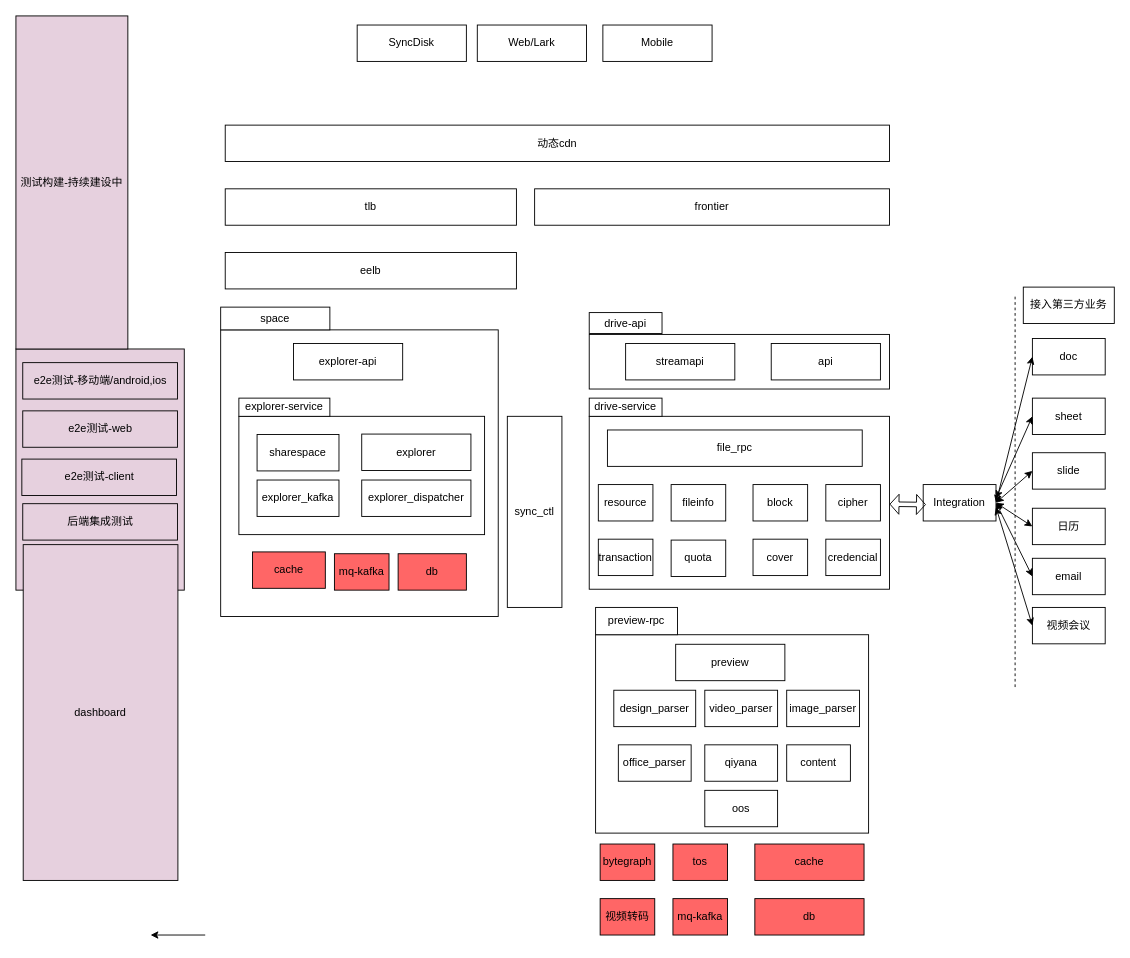
Earlier version of the draw.io diagram 架构图1.drawio (hehenpan/drawio). Source tidied: cells renumbered, new cells numbered last; positions are measured from the earlier drawing's top-left corner, leaving out a move shared by most shapes. Both pictures are drawn from the tidied source at 91%, with x=0, y=0 at pixel (15, 15).
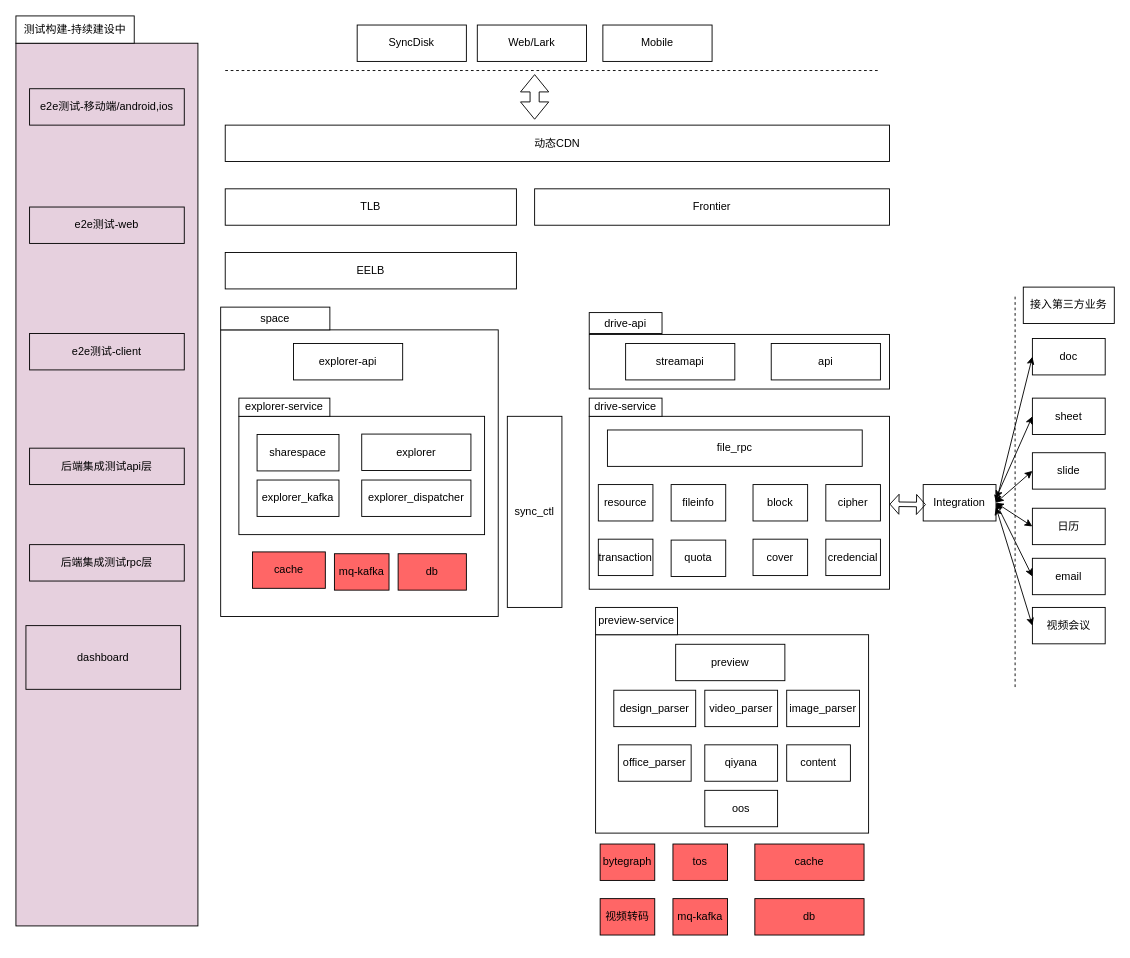
After the change.

What changed in the source:
```diff
@@
+    <mxCell id="41" style="rounded=0;whiteSpace=wrap;html=1;fillColor=#E6D0DE;" parent="1" vertex="1">
+      <mxGeometry y="30" width="200" height="970" as="geometry" />
+    </mxCell>
@@
-    <mxCell id="5" style="rounded=0;whiteSpace=wrap;html=1;fillColor=#E6D0DE;" parent="1" vertex="1">
-      <mxGeometry y="366" width="185" height="265" as="geometry" />
-    </mxCell>
@@
-    <mxCell id="7" value="tlb" style="rounded=0;whiteSpace=wrap;html=1;" parent="1" vertex="1">
+    <mxCell id="7" value="TLB" style="rounded=0;whiteSpace=wrap;html=1;" parent="1" vertex="1">
       <mxGeometry x="230" y="190" width="320" height="40" as="geometry" />
     </mxCell>
-    <mxCell id="8" value="eelb" style="rounded=0;whiteSpace=wrap;html=1;" parent="1" vertex="1">
+    <mxCell id="8" value="EELB" style="rounded=0;whiteSpace=wrap;html=1;" parent="1" vertex="1">
       <mxGeometry x="230" y="260" width="320" height="40" as="geometry" />
     </mxCell>
@@
-    <mxCell id="10" value="动态cdn" style="rounded=0;whiteSpace=wrap;html=1;" parent="1" vertex="1">
+    <mxCell id="10" value="动态CDN" style="rounded=0;whiteSpace=wrap;html=1;" parent="1" vertex="1">
       <mxGeometry x="230" y="120" width="730" height="40" as="geometry" />
     </mxCell>
@@
-    <mxCell id="37" value="preview-rpc" style="rounded=0;whiteSpace=wrap;html=1;" parent="1" vertex="1">
+    <mxCell id="37" value="preview-service" style="rounded=0;whiteSpace=wrap;html=1;" parent="1" vertex="1">
       <mxGeometry x="637" y="650" width="90" height="30" as="geometry" />
     </mxCell>
     <mxCell id="38" value="e2e测试-移动端/android,ios" style="rounded=0;whiteSpace=wrap;html=1;fillColor=#E6D0DE;" parent="1" vertex="1">
-      <mxGeometry x="7.5" y="381" width="170" height="40" as="geometry" />
+      <mxGeometry x="15" y="80" width="170" height="40" as="geometry" />
     </mxCell>
     <mxCell id="39" value="e2e测试-web" style="rounded=0;whiteSpace=wrap;html=1;fillColor=#E6D0DE;" parent="1" vertex="1">
-      <mxGeometry x="7.5" y="434" width="170" height="40" as="geometry" />
+      <mxGeometry x="15" y="210" width="170" height="40" as="geometry" />
     </mxCell>
     <mxCell id="40" value="e2e测试-client" style="rounded=0;whiteSpace=wrap;html=1;fillColor=#E6D0DE;" parent="1" vertex="1">
-      <mxGeometry x="6.5" y="487" width="170" height="40" as="geometry" />
+      <mxGeometry x="15" y="349" width="170" height="40" as="geometry" />
     </mxCell>
-    <mxCell id="41" value="测试构建-持续建设中" style="rounded=0;whiteSpace=wrap;html=1;fillColor=#E6D0DE;" parent="1" vertex="1">
-      <mxGeometry width="123" height="366" as="geometry" />
-    </mxCell>
-    <mxCell id="42" value="后端集成测试" style="rounded=0;whiteSpace=wrap;html=1;fillColor=#E6D0DE;" parent="1" vertex="1">
-      <mxGeometry x="7.5" y="536" width="170" height="40" as="geometry" />
+    <mxCell id="42" value="后端集成测试api层" style="rounded=0;whiteSpace=wrap;html=1;fillColor=#E6D0DE;" parent="1" vertex="1">
+      <mxGeometry x="15" y="475" width="170" height="40" as="geometry" />
     </mxCell>
@@
     <mxCell id="44" value="dashboard" style="rounded=0;whiteSpace=wrap;html=1;fillColor=#E6D0DE;" parent="1" vertex="1">
-      <mxGeometry x="8" y="581" width="170" height="369" as="geometry" />
+      <mxGeometry x="11" y="670" width="170" height="70" as="geometry" />
     </mxCell>
@@
-    <mxCell id="62" value="frontier" style="rounded=0;whiteSpace=wrap;html=1;" parent="1" vertex="1">
+    <mxCell id="62" value="Frontier" style="rounded=0;whiteSpace=wrap;html=1;" parent="1" vertex="1">
       <mxGeometry x="570" y="190" width="390" height="40" as="geometry" />
     </mxCell>
@@
-    <mxCell id="64" style="endArrow=classic;html=1;" parent="1" edge="1">
-      <mxGeometry relative="1" as="geometry">
-        <mxPoint x="208" y="1010" as="sourcePoint" />
-        <mxPoint x="148" y="1010" as="targetPoint" />
-      </mxGeometry>
-    </mxCell>
@@
+    <mxCell id="77" value="测试构建-持续建设中" style="rounded=0;whiteSpace=wrap;html=1;" parent="1" vertex="1">
+      <mxGeometry width="130" height="30" as="geometry" />
+    </mxCell>
+    <mxCell id="78" value="后端集成测试rpc层" style="rounded=0;whiteSpace=wrap;html=1;fillColor=#E6D0DE;" parent="1" vertex="1">
+      <mxGeometry x="15" y="581" width="170" height="40" as="geometry" />
+    </mxCell>
+    <mxCell id="79" style="endArrow=none;html=1;strokeWidth=1;dashed=1;" parent="1" edge="1">
+      <mxGeometry relative="1" as="geometry">
+        <mxPoint x="230" y="60" as="sourcePoint" />
+        <mxPoint x="950" y="60" as="targetPoint" />
+      </mxGeometry>
+    </mxCell>
+    <mxCell id="80" style="shape=flexArrow;endArrow=classic;startArrow=classic;html=1;strokeWidth=1;" parent="1" edge="1">
+      <mxGeometry relative="1" as="geometry">
+        <mxPoint x="570" y="114" as="sourcePoint" />
+        <mxPoint x="570" y="64" as="targetPoint" />
+      </mxGeometry>
+    </mxCell>
```
